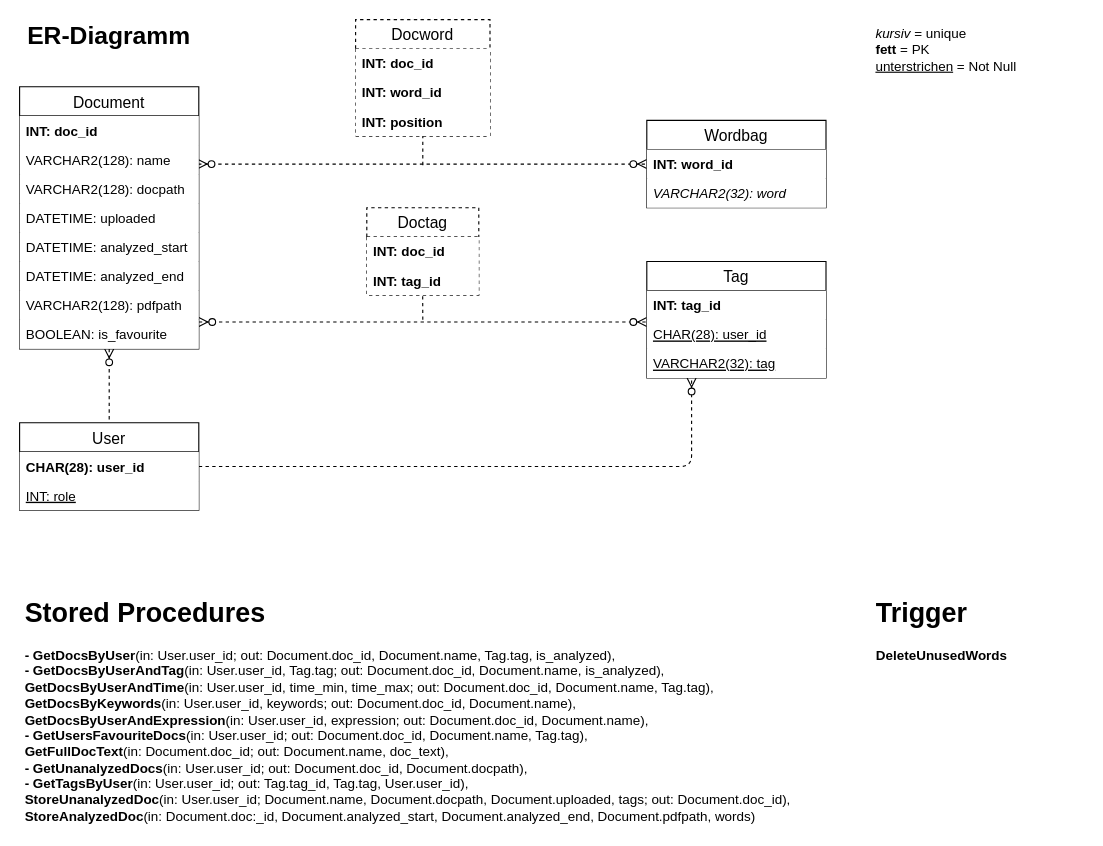
This is page "ER-Diagramm" (3 of 3) of docs/Overview/resources/Diagramme/doc-ver_Diagramme.drawio from doc-ver/Doku, a draw.io file, before an edit. Source tidied: cells renumbered, new cells numbered last; positions are measured from the earlier drawing's top-left corner, leaving out a move shared by most shapes. Both pictures are drawn from the tidied source at 112%, with x=0, y=0 at pixel (19, 19).
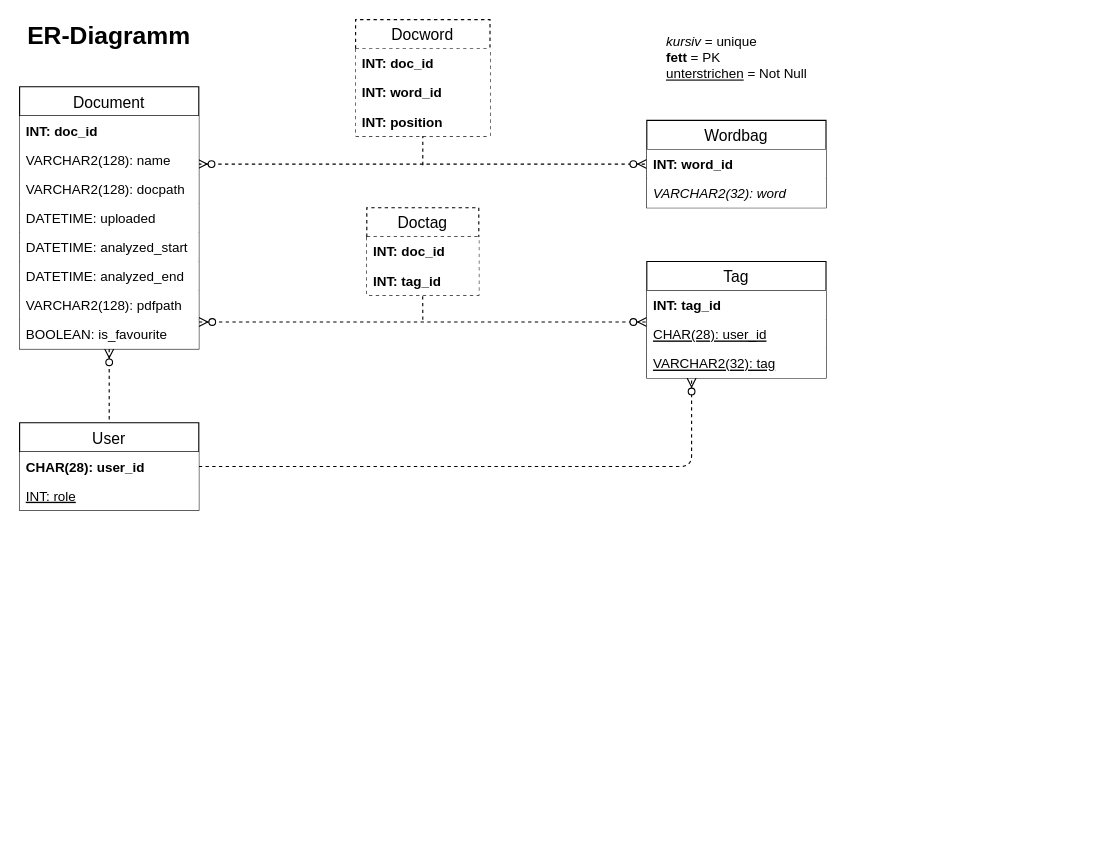
The same diagram, later.

What changed in the source:
```diff
@@
     <mxCell id="7" value="&lt;div style=&quot;text-align: left&quot;&gt;&lt;span&gt;&lt;i&gt;kursiv &lt;/i&gt;= unique&lt;/span&gt;&lt;/div&gt;&lt;div style=&quot;text-align: left&quot;&gt;&lt;span&gt;&lt;b&gt;fett &lt;/b&gt;= PK&lt;/span&gt;&lt;/div&gt;&lt;div style=&quot;text-align: left&quot;&gt;&lt;span&gt;&lt;u&gt;unterstrichen&lt;/u&gt; = Not Null&lt;br&gt;&lt;/span&gt;&lt;/div&gt;" style="text;html=1;strokeColor=none;fillColor=none;align=center;verticalAlign=middle;whiteSpace=wrap;rounded=0;glass=0;dashed=1;" parent="1" vertex="1">
-      <mxGeometry x="760" width="135" height="53" as="geometry" />
+      <mxGeometry x="572.5" y="7" width="135" height="53" as="geometry" />
     </mxCell>
@@
-    <mxCell id="9" value="&lt;h1&gt;Stored Procedures&lt;br&gt;&lt;/h1&gt;&lt;p&gt;&lt;b&gt;- GetDocsByUser&lt;/b&gt;(in: User.user_id; out: Document.doc_id, Document.name, Tag.tag, is_analyzed),&lt;b&gt;&lt;br&gt;- GetDocsByUserAndTag&lt;/b&gt;(in: User.user_id, Tag.tag; out: Document.doc_id, Document.name, is_analyzed),&lt;br&gt;&lt;b&gt;GetDocsByUserAndTime&lt;/b&gt;(in: User.user_id, time_min, time_max; out: Document.doc_id, Document.name, Tag.tag),&lt;b&gt;&lt;br&gt;GetDocsByKeywords&lt;/b&gt;(in: User.user_id, keywords; out: Document.doc_id, Document.name),&lt;b&gt;&lt;br&gt;GetDocsByUserAndExpression&lt;/b&gt;(in: User.user_id, expression; out: Document.doc_id, Document.name),&lt;b&gt;&lt;br&gt;- GetUsersFavouriteDocs&lt;/b&gt;(in: User.user_id; out: Document.doc_id, Document.name, Tag.tag),&lt;br&gt;&lt;b&gt;GetFullDocText&lt;/b&gt;(in: Document.doc_id; out: Document.name, doc_text),&lt;br&gt;&lt;b&gt;- GetUnanalyzedDocs&lt;/b&gt;(in: User.user_id; out: Document.doc_id, Document.docpath),&lt;b&gt;&lt;br&gt;- GetTagsByUser&lt;/b&gt;(in: User.user_id; out: Tag.tag_id, Tag.tag, User.user_id),&lt;b&gt;&lt;b&gt;&lt;br&gt;&lt;/b&gt;StoreUnanalyzedDoc&lt;/b&gt;(in: User.user_id; Document.name, Document.docpath, Document.uploaded, tags; out: Document.doc_id),&lt;br&gt;&lt;b&gt;StoreAnalyzedDoc&lt;/b&gt;(in: Document.doc:_id, Document.analyzed_start, Document.analyzed_end, Document.pdfpath, words)&lt;br&gt;&lt;/p&gt;" style="text;html=1;strokeColor=none;fillColor=none;spacing=5;spacingTop=-20;whiteSpace=wrap;overflow=hidden;rounded=0;" parent="1" vertex="1">
-      <mxGeometry y="510" width="710" height="210" as="geometry" />
-    </mxCell>
@@
-    <mxCell id="11" value="&lt;h1&gt;Trigger&lt;/h1&gt;&lt;p&gt;&lt;b&gt;DeleteUnusedWords&lt;br&gt;&lt;br&gt;&lt;/b&gt;&lt;/p&gt;" style="text;html=1;strokeColor=none;fillColor=none;spacing=5;spacingTop=-20;whiteSpace=wrap;overflow=hidden;rounded=0;" parent="1" vertex="1">
-      <mxGeometry x="760" y="510" width="190" height="120" as="geometry" />
-    </mxCell>
```
